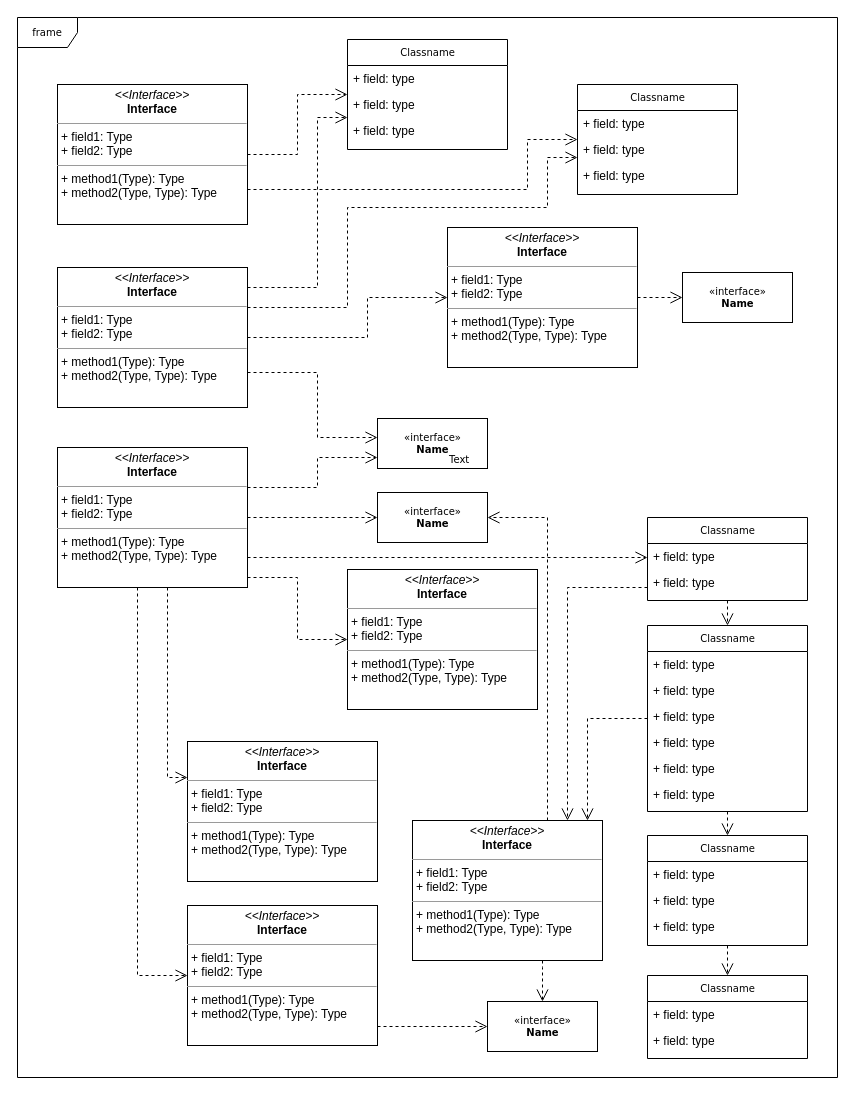
Before: DRL类图.drawio in Iamfxz/draw, a draw.io diagram. Source tidied: cells renumbered, new cells numbered last; positions are measured from the earlier drawing's top-left corner, leaving out a move shared by most shapes. Both pictures are drawn from the tidied source at 100%, with x=0, y=0 at pixel (17, 17).
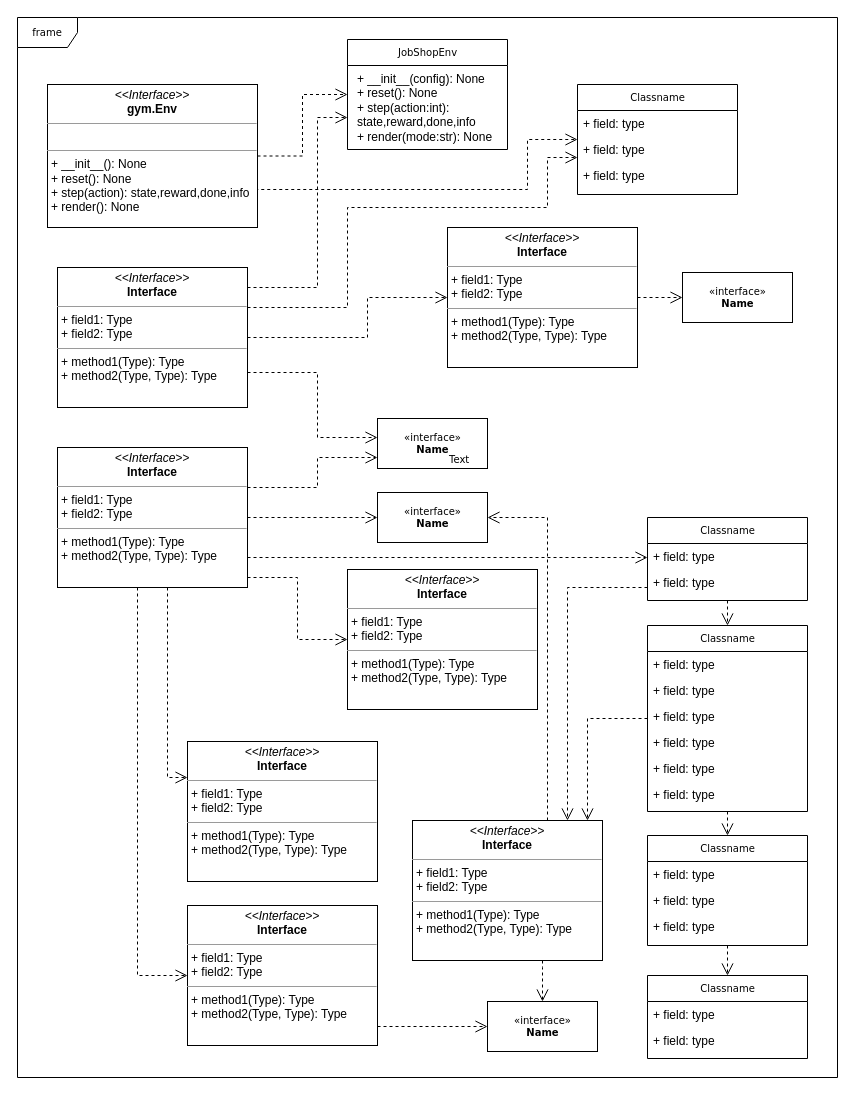
The same page after the edit.

Change to the diagram source:
```diff
@@
-    <mxCell id="12" value="Classname" style="swimlane;html=1;fontStyle=0;horizontal=1;startSize=26;fillColor=none;swimlaneFillColor=#ffffff;rounded=0;shadow=0;comic=0;labelBackgroundColor=none;strokeWidth=1;fontFamily=Verdana;fontSize=10;align=center;" parent="1" vertex="1">
+    <mxCell id="12" value="JobShopEnv" style="swimlane;html=1;fontStyle=0;horizontal=1;startSize=26;fillColor=none;swimlaneFillColor=#ffffff;rounded=0;shadow=0;comic=0;labelBackgroundColor=none;strokeWidth=1;fontFamily=Verdana;fontSize=10;align=center;" parent="1" vertex="1">
       <mxGeometry x="330" y="22" width="160" height="110" as="geometry" />
     </mxCell>
-    <mxCell id="13" value="+ field: type" style="text;html=1;strokeColor=none;fillColor=none;align=left;verticalAlign=top;spacingLeft=4;spacingRight=4;whiteSpace=wrap;overflow=hidden;" parent="12" vertex="1">
-      <mxGeometry y="26" width="160" height="26" as="geometry" />
+    <mxCell id="13" value="&lt;p style=&quot;margin: 0px 0px 0px 4px&quot;&gt;+ __init__(config): None&lt;br&gt;+ reset(): None&lt;/p&gt;&lt;p style=&quot;margin: 0px 0px 0px 4px&quot;&gt;+ step(action:int): state,reward,done,info&lt;br&gt;&lt;/p&gt;&lt;p style=&quot;margin: 0px 0px 0px 4px&quot;&gt;+ render(mode:str): None&lt;/p&gt;" style="text;html=1;strokeColor=none;fillColor=none;align=left;verticalAlign=top;spacingLeft=4;spacingRight=4;whiteSpace=wrap;overflow=hidden;" parent="12" vertex="1">
+      <mxGeometry y="26" width="160" height="84" as="geometry" />
     </mxCell>
-    <mxCell id="14" value="+ field: type" style="text;html=1;strokeColor=none;fillColor=none;align=left;verticalAlign=top;spacingLeft=4;spacingRight=4;whiteSpace=wrap;overflow=hidden;" parent="12" vertex="1">
-      <mxGeometry y="52" width="160" height="26" as="geometry" />
-    </mxCell>
-    <mxCell id="15" value="+ field: type" style="text;html=1;strokeColor=none;fillColor=none;align=left;verticalAlign=top;spacingLeft=4;spacingRight=4;whiteSpace=wrap;overflow=hidden;" parent="12" vertex="1">
-      <mxGeometry y="78" width="160" height="26" as="geometry" />
-    </mxCell>
@@
-    <mxCell id="48" value="&lt;p style=&quot;margin:0px;margin-top:4px;text-align:center;&quot;&gt;&lt;i&gt;&amp;lt;&amp;lt;Interface&amp;gt;&amp;gt;&lt;/i&gt;&lt;br/&gt;&lt;b&gt;Interface&lt;/b&gt;&lt;/p&gt;&lt;hr size=&quot;1&quot;/&gt;&lt;p style=&quot;margin:0px;margin-left:4px;&quot;&gt;+ field1: Type&lt;br/&gt;+ field2: Type&lt;/p&gt;&lt;hr size=&quot;1&quot;/&gt;&lt;p style=&quot;margin:0px;margin-left:4px;&quot;&gt;+ method1(Type): Type&lt;br/&gt;+ method2(Type, Type): Type&lt;/p&gt;" style="verticalAlign=top;align=left;overflow=fill;fontSize=12;fontFamily=Helvetica;html=1;rounded=0;shadow=0;comic=0;labelBackgroundColor=none;strokeWidth=1;" parent="1" vertex="1">
-      <mxGeometry x="40" y="67" width="190" height="140" as="geometry" />
+    <mxCell id="48" value="&lt;p style=&quot;margin: 0px ; margin-top: 4px ; text-align: center&quot;&gt;&lt;i&gt;&amp;lt;&amp;lt;Interface&amp;gt;&amp;gt;&lt;/i&gt;&lt;br&gt;&lt;b&gt;gym.Env&lt;/b&gt;&lt;/p&gt;&lt;hr size=&quot;1&quot;&gt;&lt;p style=&quot;margin: 0px ; margin-left: 4px&quot;&gt;&lt;br&gt;&lt;/p&gt;&lt;hr size=&quot;1&quot;&gt;&lt;p style=&quot;margin: 0px ; margin-left: 4px&quot;&gt;+ __init__(): None&lt;br&gt;+ reset(): None&lt;/p&gt;&lt;p style=&quot;margin: 0px ; margin-left: 4px&quot;&gt;+ step(action): state,reward,done,info&lt;br&gt;&lt;/p&gt;&lt;p style=&quot;margin: 0px ; margin-left: 4px&quot;&gt;+ render(): None&lt;br&gt;&lt;/p&gt;" style="verticalAlign=top;align=left;overflow=fill;fontSize=12;fontFamily=Helvetica;html=1;rounded=0;shadow=0;comic=0;labelBackgroundColor=none;strokeWidth=1;" parent="1" vertex="1">
+      <mxGeometry x="30" y="67" width="210" height="143" as="geometry" />
     </mxCell>
```
